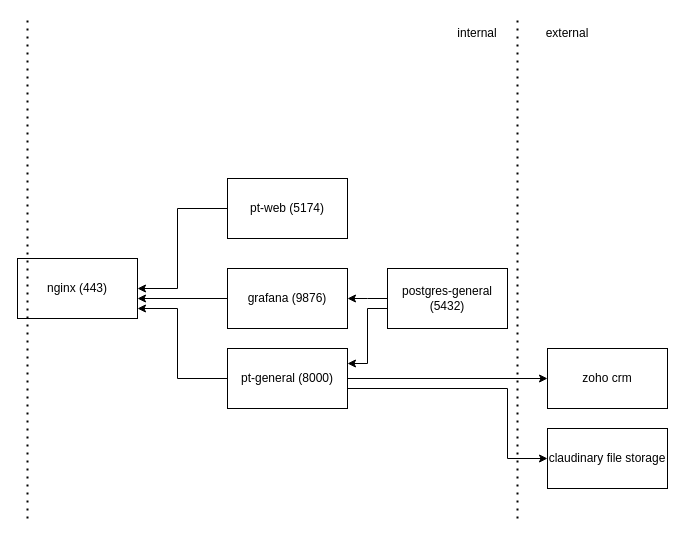
tritonJS826/phototours keeps this draw.io diagram as docs/phototours.drawio. Above is the earlier version. Source tidied: cells renumbered, new cells numbered last; positions are measured from the earlier drawing's top-left corner, leaving out a move shared by most shapes. Both pictures are drawn from the tidied source at 100%, with x=0, y=0 at pixel (17, 18).
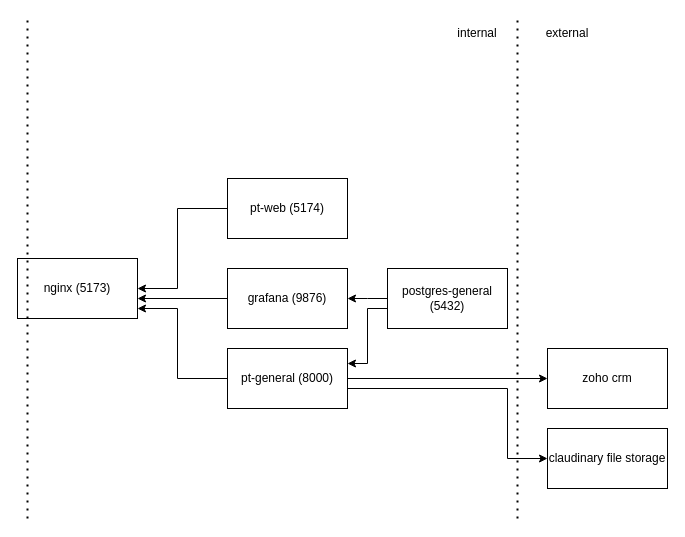
The same page after the edit.

Commit message:
fix: #7 infrda diagram

Diff of the diagram source:
```diff
@@
-    <mxCell id="2" value="nginx (443)" style="rounded=0;whiteSpace=wrap;html=1;" parent="1" vertex="1">
+    <mxCell id="2" value="nginx (5173)" style="rounded=0;whiteSpace=wrap;html=1;" parent="1" vertex="1">
       <mxGeometry y="240" width="120" height="60" as="geometry" />
     </mxCell>
```
